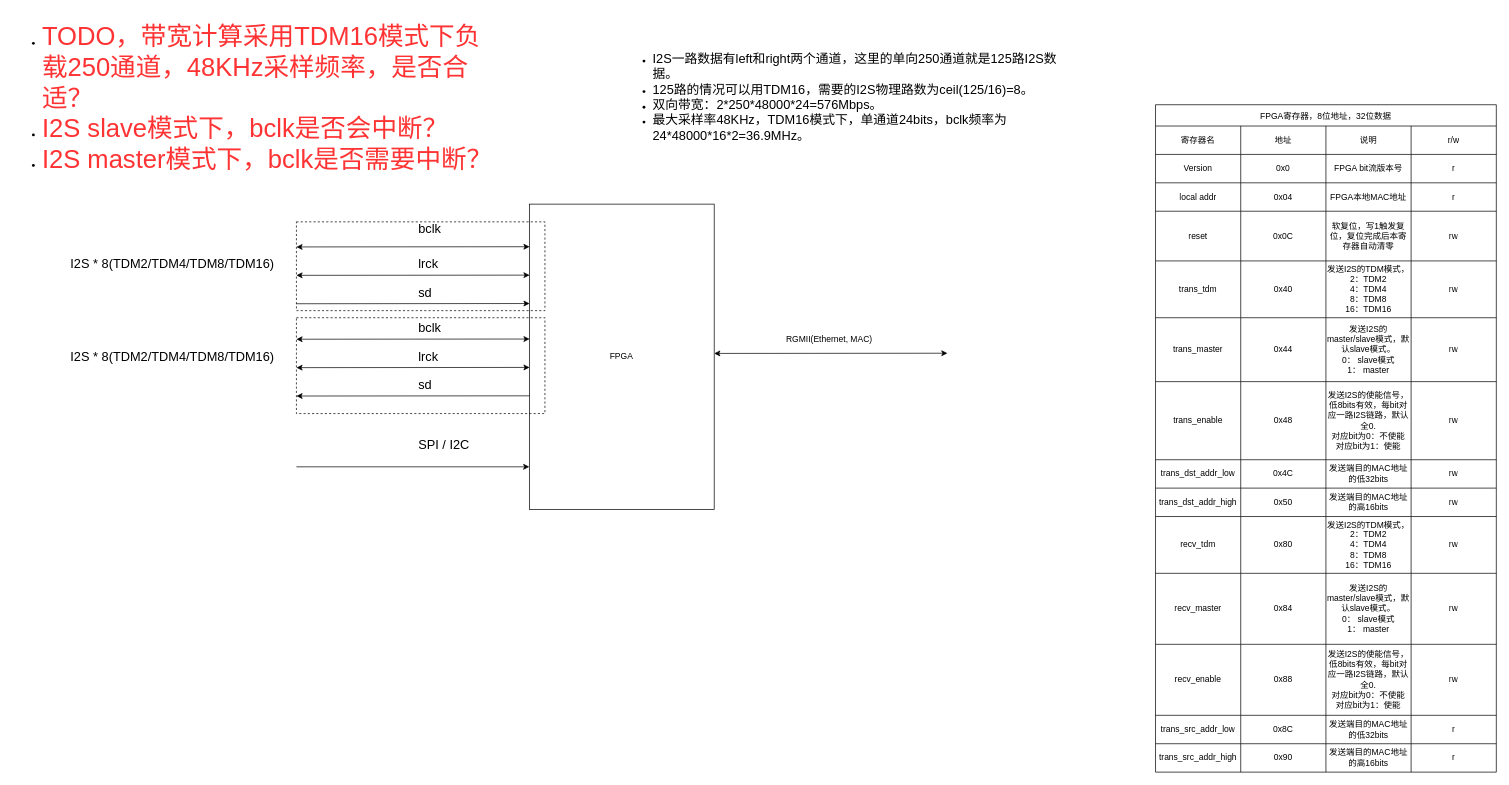
gdhzyz/draws keeps this draw.io diagram as page "FPGA方案" (2 of 4) of Audio-Ethernet.drawio. Above is the earlier version. Source tidied: cells renumbered, new cells numbered last; positions are measured from the earlier drawing's top-left corner, leaving out a move shared by most shapes. Both pictures are drawn from the tidied source at 71%, with x=0, y=0 at pixel (12, 40).
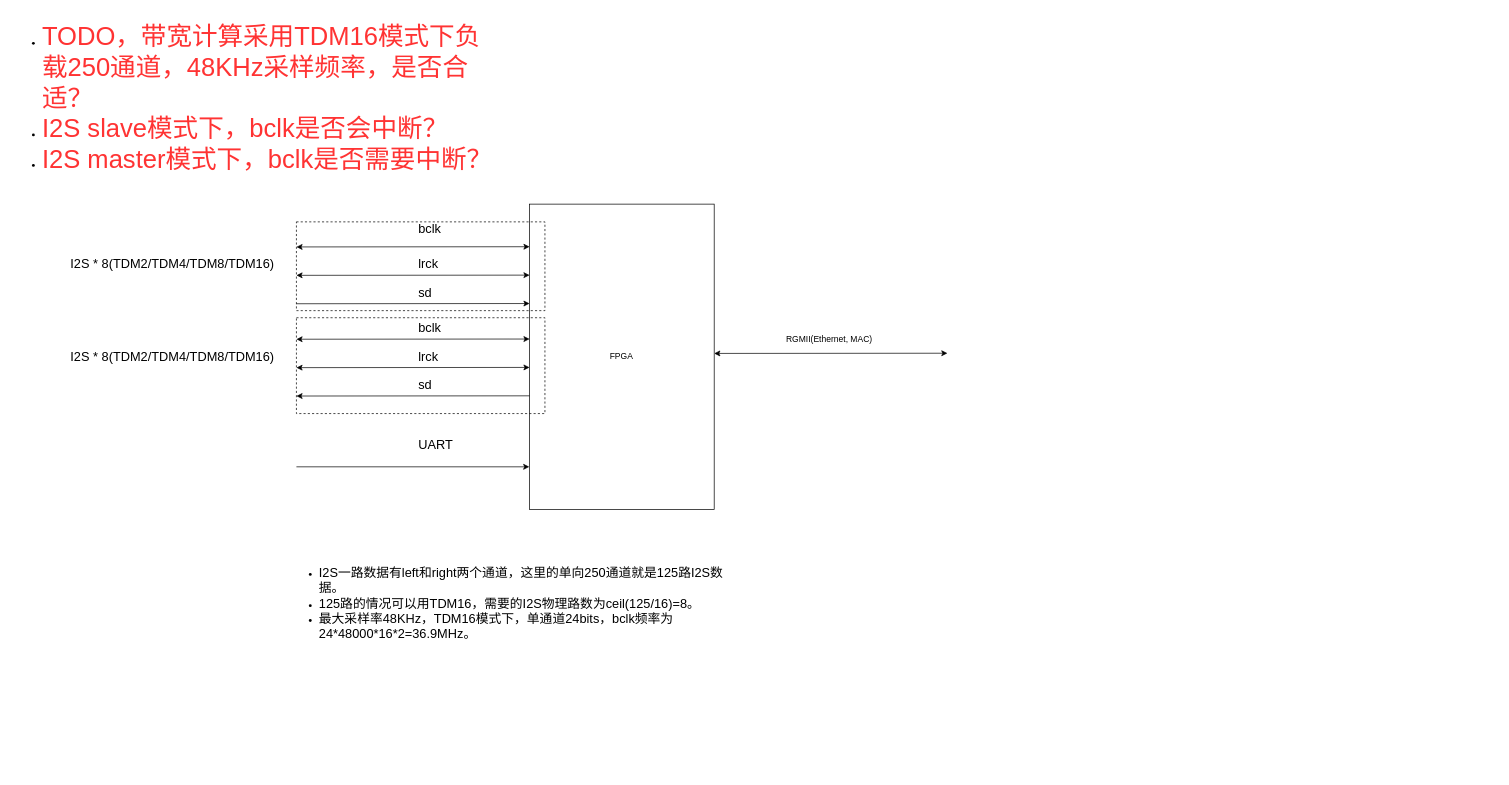
After the change.

Change to the diagram source:
```diff
@@
-    <mxCell id="3" value="&lt;ul&gt;&lt;li&gt;&lt;font style=&quot;font-size: 18px;&quot;&gt;I2S一路数据有left和right两个通道，这里的单向250通道就是125路I2S数据。&lt;/font&gt;&lt;/li&gt;&lt;li&gt;&lt;span style=&quot;font-size: 18px;&quot;&gt;125路的情况可以用TDM16，需要的I2S物理路数为ceil(125/16)=8。&lt;/span&gt;&lt;/li&gt;&lt;li&gt;&lt;span style=&quot;font-size: 18px;&quot;&gt;双向带宽：2*250*48000*24=576Mbps。&lt;/span&gt;&lt;/li&gt;&lt;li&gt;&lt;span style=&quot;font-size: 18px;&quot;&gt;最大采样率48KHz，TDM16模式下，单通道24bits，bclk频率为24*48000*16*2=36.9MHz。&lt;/span&gt;&lt;/li&gt;&lt;/ul&gt;" style="text;strokeColor=none;align=left;fillColor=none;html=1;verticalAlign=middle;whiteSpace=wrap;rounded=0;imageAspect=1;imageAlign=left;" parent="1" vertex="1">
-      <mxGeometry x="860" width="640" height="160" as="geometry" />
+    <mxCell id="3" value="&lt;ul&gt;&lt;li&gt;&lt;font style=&quot;font-size: 18px;&quot;&gt;I2S一路数据有left和right两个通道，这里的单向250通道就是125路I2S数据。&lt;/font&gt;&lt;/li&gt;&lt;li&gt;&lt;span style=&quot;font-size: 18px;&quot;&gt;125路的情况可以用TDM16，需要的I2S物理路数为ceil(125/16)=8。&lt;/span&gt;&lt;/li&gt;&lt;li&gt;&lt;span style=&quot;font-size: 18px;&quot;&gt;最大采样率48KHz，TDM16模式下，单通道24bits，bclk频率为24*48000*16*2=36.9MHz。&lt;/span&gt;&lt;/li&gt;&lt;/ul&gt;&lt;div&gt;&lt;br&gt;&lt;/div&gt;" style="text;strokeColor=none;align=left;fillColor=none;html=1;verticalAlign=middle;whiteSpace=wrap;rounded=0;imageAspect=1;imageAlign=left;" parent="1" vertex="1">
+      <mxGeometry x="390" y="720" width="640" height="160" as="geometry" />
     </mxCell>
@@
-    <mxCell id="10" value="&lt;span style=&quot;font-size: 18px; background-color: initial;&quot;&gt;SPI / I2C&lt;/span&gt;" style="text;strokeColor=none;align=left;fillColor=none;html=1;verticalAlign=middle;whiteSpace=wrap;rounded=0;imageAspect=1;imageAlign=left;" parent="1" vertex="1">
-      <mxGeometry x="570" y="550" width="111.6" height="40" as="geometry" />
+    <mxCell id="10" value="&lt;span style=&quot;font-size: 18px; background-color: initial;&quot;&gt;UART&lt;/span&gt;" style="text;strokeColor=none;align=left;fillColor=none;html=1;verticalAlign=middle;whiteSpace=wrap;rounded=0;imageAspect=1;imageAlign=left;" parent="1" vertex="1">
+      <mxGeometry x="570" y="550" width="60" height="40" as="geometry" />
     </mxCell>
@@
-    <mxCell id="25" value="FPGA寄存器，8位地址，32位数据" style="shape=table;startSize=30;childLayout=tableLayout;" parent="1" vertex="1">
-      <mxGeometry x="1610" y="90" width="480" height="940" as="geometry" />
-    </mxCell>
-    <mxCell id="26" style="shape=tableRow;horizontal=0;startSize=0;swimlaneHead=0;swimlaneBody=0;strokeColor=inherit;top=0;left=0;bottom=0;right=0;fillColor=none;" parent="25" vertex="1">
-      <mxGeometry y="30" width="480" height="40" as="geometry" />
-    </mxCell>
-    <mxCell id="27" value="寄存器名" style="shape=partialRectangle;html=1;whiteSpace=wrap;strokeColor=inherit;overflow=hidden;fillColor=none;top=0;left=0;bottom=0;right=0;" parent="26" vertex="1">
-      <mxGeometry width="120" height="40" as="geometry" />
-    </mxCell>
-    <mxCell id="28" value="地址" style="shape=partialRectangle;html=1;whiteSpace=wrap;strokeColor=inherit;overflow=hidden;fillColor=none;top=0;left=0;bottom=0;right=0;" parent="26" vertex="1">
-      <mxGeometry x="120" width="120" height="40" as="geometry" />
-    </mxCell>
-    <mxCell id="29" value="说明" style="shape=partialRectangle;html=1;whiteSpace=wrap;strokeColor=inherit;overflow=hidden;fillColor=none;top=0;left=0;bottom=0;right=0;" parent="26" vertex="1">
-      <mxGeometry x="240" width="120" height="40" as="geometry" />
-    </mxCell>
-    <mxCell id="30" value="r/w" style="shape=partialRectangle;html=1;whiteSpace=wrap;strokeColor=inherit;overflow=hidden;fillColor=none;top=0;left=0;bottom=0;right=0;" parent="26" vertex="1">
-      <mxGeometry x="360" width="120" height="40" as="geometry" />
-    </mxCell>
-    <mxCell id="31" style="shape=tableRow;horizontal=0;startSize=0;swimlaneHead=0;swimlaneBody=0;strokeColor=inherit;top=0;left=0;bottom=0;right=0;fillColor=none;" parent="25" vertex="1">
-      <mxGeometry y="70" width="480" height="40" as="geometry" />
-    </mxCell>
-    <mxCell id="32" value="Version" style="shape=partialRectangle;html=1;whiteSpace=wrap;strokeColor=inherit;overflow=hidden;fillColor=none;top=0;left=0;bottom=0;right=0;" parent="31" vertex="1">
-      <mxGeometry width="120" height="40" as="geometry" />
-    </mxCell>
-    <mxCell id="33" value="0x0" style="shape=partialRectangle;html=1;whiteSpace=wrap;strokeColor=inherit;overflow=hidden;fillColor=none;top=0;left=0;bottom=0;right=0;" parent="31" vertex="1">
-      <mxGeometry x="120" width="120" height="40" as="geometry" />
-    </mxCell>
-    <mxCell id="34" value="FPGA bit流版本号" style="shape=partialRectangle;html=1;whiteSpace=wrap;strokeColor=inherit;overflow=hidden;fillColor=none;top=0;left=0;bottom=0;right=0;" parent="31" vertex="1">
-      <mxGeometry x="240" width="120" height="40" as="geometry" />
-    </mxCell>
-    <mxCell id="35" value="r" style="shape=partialRectangle;html=1;whiteSpace=wrap;strokeColor=inherit;overflow=hidden;fillColor=none;top=0;left=0;bottom=0;right=0;" parent="31" vertex="1">
-      <mxGeometry x="360" width="120" height="40" as="geometry" />
-    </mxCell>
-    <mxCell id="36" style="shape=tableRow;horizontal=0;startSize=0;swimlaneHead=0;swimlaneBody=0;strokeColor=inherit;top=0;left=0;bottom=0;right=0;fillColor=none;" parent="25" vertex="1">
-      <mxGeometry y="110" width="480" height="40" as="geometry" />
-    </mxCell>
-    <mxCell id="37" value="local addr" style="shape=partialRectangle;html=1;whiteSpace=wrap;strokeColor=inherit;overflow=hidden;fillColor=none;top=0;left=0;bottom=0;right=0;" parent="36" vertex="1">
-      <mxGeometry width="120" height="40" as="geometry" />
-    </mxCell>
-    <mxCell id="38" value="0x04" style="shape=partialRectangle;html=1;whiteSpace=wrap;strokeColor=inherit;overflow=hidden;fillColor=none;top=0;left=0;bottom=0;right=0;" parent="36" vertex="1">
-      <mxGeometry x="120" width="120" height="40" as="geometry" />
-    </mxCell>
-    <mxCell id="39" value="FPGA本地MAC地址" style="shape=partialRectangle;html=1;whiteSpace=wrap;strokeColor=inherit;overflow=hidden;fillColor=none;top=0;left=0;bottom=0;right=0;" parent="36" vertex="1">
-      <mxGeometry x="240" width="120" height="40" as="geometry" />
-    </mxCell>
-    <mxCell id="40" value="r" style="shape=partialRectangle;html=1;whiteSpace=wrap;strokeColor=inherit;overflow=hidden;fillColor=none;top=0;left=0;bottom=0;right=0;" parent="36" vertex="1">
-      <mxGeometry x="360" width="120" height="40" as="geometry" />
-    </mxCell>
-    <mxCell id="41" style="shape=tableRow;horizontal=0;startSize=0;swimlaneHead=0;swimlaneBody=0;strokeColor=inherit;top=0;left=0;bottom=0;right=0;fillColor=none;" parent="25" vertex="1">
-      <mxGeometry y="150" width="480" height="70" as="geometry" />
-    </mxCell>
-    <mxCell id="42" value="reset" style="shape=partialRectangle;html=1;whiteSpace=wrap;strokeColor=inherit;overflow=hidden;fillColor=none;top=0;left=0;bottom=0;right=0;" parent="41" vertex="1">
-      <mxGeometry width="120" height="70" as="geometry" />
-    </mxCell>
-    <mxCell id="43" value="0x0C" style="shape=partialRectangle;html=1;whiteSpace=wrap;strokeColor=inherit;overflow=hidden;fillColor=none;top=0;left=0;bottom=0;right=0;" parent="41" vertex="1">
-      <mxGeometry x="120" width="120" height="70" as="geometry" />
-    </mxCell>
-    <mxCell id="44" value="软复位，写1触发复位，复位完成后本寄存器自动清零" style="shape=partialRectangle;html=1;whiteSpace=wrap;strokeColor=inherit;overflow=hidden;fillColor=none;top=0;left=0;bottom=0;right=0;" parent="41" vertex="1">
-      <mxGeometry x="240" width="120" height="70" as="geometry" />
-    </mxCell>
-    <mxCell id="45" value="rw" style="shape=partialRectangle;html=1;whiteSpace=wrap;strokeColor=inherit;overflow=hidden;fillColor=none;top=0;left=0;bottom=0;right=0;" parent="41" vertex="1">
-      <mxGeometry x="360" width="120" height="70" as="geometry" />
-    </mxCell>
-    <mxCell id="46" style="shape=tableRow;horizontal=0;startSize=0;swimlaneHead=0;swimlaneBody=0;strokeColor=inherit;top=0;left=0;bottom=0;right=0;fillColor=none;" parent="25" vertex="1">
-      <mxGeometry y="220" width="480" height="80" as="geometry" />
-    </mxCell>
-    <mxCell id="47" value="trans_tdm" style="shape=partialRectangle;html=1;whiteSpace=wrap;strokeColor=inherit;overflow=hidden;fillColor=none;top=0;left=0;bottom=0;right=0;" parent="46" vertex="1">
-      <mxGeometry width="120" height="80" as="geometry" />
-    </mxCell>
-    <mxCell id="48" value="0x40" style="shape=partialRectangle;html=1;whiteSpace=wrap;strokeColor=inherit;overflow=hidden;fillColor=none;top=0;left=0;bottom=0;right=0;" parent="46" vertex="1">
-      <mxGeometry x="120" width="120" height="80" as="geometry" />
-    </mxCell>
-    <mxCell id="49" value="发送I2S的TDM模式，2：TDM2&lt;div&gt;4：TDM4&lt;/div&gt;&lt;div&gt;8：TDM8&lt;/div&gt;&lt;div&gt;16：TDM16&lt;/div&gt;" style="shape=partialRectangle;html=1;whiteSpace=wrap;strokeColor=inherit;overflow=hidden;fillColor=none;top=0;left=0;bottom=0;right=0;" parent="46" vertex="1">
-      <mxGeometry x="240" width="120" height="80" as="geometry" />
-    </mxCell>
-    <mxCell id="50" value="rw" style="shape=partialRectangle;html=1;whiteSpace=wrap;strokeColor=inherit;overflow=hidden;fillColor=none;top=0;left=0;bottom=0;right=0;" parent="46" vertex="1">
-      <mxGeometry x="360" width="120" height="80" as="geometry" />
-    </mxCell>
-    <mxCell id="51" style="shape=tableRow;horizontal=0;startSize=0;swimlaneHead=0;swimlaneBody=0;strokeColor=inherit;top=0;left=0;bottom=0;right=0;fillColor=none;" parent="25" vertex="1">
-      <mxGeometry y="300" width="480" height="90" as="geometry" />
-    </mxCell>
-    <mxCell id="52" value="trans_master" style="shape=partialRectangle;html=1;whiteSpace=wrap;strokeColor=inherit;overflow=hidden;fillColor=none;top=0;left=0;bottom=0;right=0;" parent="51" vertex="1">
-      <mxGeometry width="120" height="90" as="geometry" />
-    </mxCell>
-    <mxCell id="53" value="0x44" style="shape=partialRectangle;html=1;whiteSpace=wrap;strokeColor=inherit;overflow=hidden;fillColor=none;top=0;left=0;bottom=0;right=0;" parent="51" vertex="1">
-      <mxGeometry x="120" width="120" height="90" as="geometry" />
-    </mxCell>
-    <mxCell id="54" value="发送I2S的master/slave模式，默认slave模式。&lt;div&gt;0： slave模式&lt;/div&gt;&lt;div&gt;1： master&lt;/div&gt;" style="shape=partialRectangle;html=1;whiteSpace=wrap;strokeColor=inherit;overflow=hidden;fillColor=none;top=0;left=0;bottom=0;right=0;" parent="51" vertex="1">
-      <mxGeometry x="240" width="120" height="90" as="geometry" />
-    </mxCell>
-    <mxCell id="55" value="rw" style="shape=partialRectangle;html=1;whiteSpace=wrap;strokeColor=inherit;overflow=hidden;fillColor=none;top=0;left=0;bottom=0;right=0;" parent="51" vertex="1">
-      <mxGeometry x="360" width="120" height="90" as="geometry" />
-    </mxCell>
-    <mxCell id="56" style="shape=tableRow;horizontal=0;startSize=0;swimlaneHead=0;swimlaneBody=0;strokeColor=inherit;top=0;left=0;bottom=0;right=0;fillColor=none;" parent="25" vertex="1">
-      <mxGeometry y="390" width="480" height="110" as="geometry" />
-    </mxCell>
-    <mxCell id="57" value="trans_enable" style="shape=partialRectangle;html=1;whiteSpace=wrap;strokeColor=inherit;overflow=hidden;fillColor=none;top=0;left=0;bottom=0;right=0;" parent="56" vertex="1">
-      <mxGeometry width="120" height="110" as="geometry" />
-    </mxCell>
-    <mxCell id="58" value="0x48" style="shape=partialRectangle;html=1;whiteSpace=wrap;strokeColor=inherit;overflow=hidden;fillColor=none;top=0;left=0;bottom=0;right=0;" parent="56" vertex="1">
-      <mxGeometry x="120" width="120" height="110" as="geometry" />
-    </mxCell>
-    <mxCell id="59" value="发送I2S的使能信号，低8bits有效，每bit对应一路I2S链路，默认全0.&lt;div&gt;对应bit为0：不使能&lt;/div&gt;&lt;div&gt;对应bit为1：使能&lt;/div&gt;" style="shape=partialRectangle;html=1;whiteSpace=wrap;strokeColor=inherit;overflow=hidden;fillColor=none;top=0;left=0;bottom=0;right=0;" parent="56" vertex="1">
-      <mxGeometry x="240" width="120" height="110" as="geometry" />
-    </mxCell>
-    <mxCell id="60" value="rw" style="shape=partialRectangle;html=1;whiteSpace=wrap;strokeColor=inherit;overflow=hidden;fillColor=none;top=0;left=0;bottom=0;right=0;" parent="56" vertex="1">
-      <mxGeometry x="360" width="120" height="110" as="geometry" />
-    </mxCell>
-    <mxCell id="61" style="shape=tableRow;horizontal=0;startSize=0;swimlaneHead=0;swimlaneBody=0;strokeColor=inherit;top=0;left=0;bottom=0;right=0;fillColor=none;" parent="25" vertex="1">
-      <mxGeometry y="500" width="480" height="40" as="geometry" />
-    </mxCell>
-    <mxCell id="62" value="trans_dst_addr_low" style="shape=partialRectangle;html=1;whiteSpace=wrap;strokeColor=inherit;overflow=hidden;fillColor=none;top=0;left=0;bottom=0;right=0;" parent="61" vertex="1">
-      <mxGeometry width="120" height="40" as="geometry" />
-    </mxCell>
-    <mxCell id="63" value="0x4C" style="shape=partialRectangle;html=1;whiteSpace=wrap;strokeColor=inherit;overflow=hidden;fillColor=none;top=0;left=0;bottom=0;right=0;" parent="61" vertex="1">
-      <mxGeometry x="120" width="120" height="40" as="geometry" />
-    </mxCell>
-    <mxCell id="64" value="发送端目的MAC地址的低32bits" style="shape=partialRectangle;html=1;whiteSpace=wrap;strokeColor=inherit;overflow=hidden;fillColor=none;top=0;left=0;bottom=0;right=0;" parent="61" vertex="1">
-      <mxGeometry x="240" width="120" height="40" as="geometry" />
-    </mxCell>
-    <mxCell id="65" value="rw" style="shape=partialRectangle;html=1;whiteSpace=wrap;strokeColor=inherit;overflow=hidden;fillColor=none;top=0;left=0;bottom=0;right=0;" parent="61" vertex="1">
-      <mxGeometry x="360" width="120" height="40" as="geometry" />
-    </mxCell>
-    <mxCell id="66" style="shape=tableRow;horizontal=0;startSize=0;swimlaneHead=0;swimlaneBody=0;strokeColor=inherit;top=0;left=0;bottom=0;right=0;fillColor=none;" parent="25" vertex="1">
-      <mxGeometry y="540" width="480" height="40" as="geometry" />
-    </mxCell>
-    <mxCell id="67" value="trans_dst_addr_high" style="shape=partialRectangle;html=1;whiteSpace=wrap;strokeColor=inherit;overflow=hidden;fillColor=none;top=0;left=0;bottom=0;right=0;" parent="66" vertex="1">
-      <mxGeometry width="120" height="40" as="geometry" />
-    </mxCell>
-    <mxCell id="68" value="0x50" style="shape=partialRectangle;html=1;whiteSpace=wrap;strokeColor=inherit;overflow=hidden;fillColor=none;top=0;left=0;bottom=0;right=0;" parent="66" vertex="1">
-      <mxGeometry x="120" width="120" height="40" as="geometry" />
-    </mxCell>
-    <mxCell id="69" value="发送端目的MAC地址的高16bits" style="shape=partialRectangle;html=1;whiteSpace=wrap;strokeColor=inherit;overflow=hidden;fillColor=none;top=0;left=0;bottom=0;right=0;" parent="66" vertex="1">
-      <mxGeometry x="240" width="120" height="40" as="geometry" />
-    </mxCell>
-    <mxCell id="70" value="rw" style="shape=partialRectangle;html=1;whiteSpace=wrap;strokeColor=inherit;overflow=hidden;fillColor=none;top=0;left=0;bottom=0;right=0;" parent="66" vertex="1">
-      <mxGeometry x="360" width="120" height="40" as="geometry" />
-    </mxCell>
-    <mxCell id="71" style="shape=tableRow;horizontal=0;startSize=0;swimlaneHead=0;swimlaneBody=0;strokeColor=inherit;top=0;left=0;bottom=0;right=0;fillColor=none;" parent="25" vertex="1">
-      <mxGeometry y="580" width="480" height="80" as="geometry" />
-    </mxCell>
-    <mxCell id="72" value="recv_tdm" style="shape=partialRectangle;html=1;whiteSpace=wrap;strokeColor=inherit;overflow=hidden;fillColor=none;top=0;left=0;bottom=0;right=0;" parent="71" vertex="1">
-      <mxGeometry width="120" height="80" as="geometry" />
-    </mxCell>
-    <mxCell id="73" value="0x80" style="shape=partialRectangle;html=1;whiteSpace=wrap;strokeColor=inherit;overflow=hidden;fillColor=none;top=0;left=0;bottom=0;right=0;" parent="71" vertex="1">
-      <mxGeometry x="120" width="120" height="80" as="geometry" />
-    </mxCell>
-    <mxCell id="74" value="发送I2S的TDM模式，2：TDM2&lt;div&gt;4：TDM4&lt;/div&gt;&lt;div&gt;8：TDM8&lt;/div&gt;&lt;div&gt;16：TDM16&lt;/div&gt;" style="shape=partialRectangle;html=1;whiteSpace=wrap;strokeColor=inherit;overflow=hidden;fillColor=none;top=0;left=0;bottom=0;right=0;" parent="71" vertex="1">
-      <mxGeometry x="240" width="120" height="80" as="geometry" />
-    </mxCell>
-    <mxCell id="75" value="rw" style="shape=partialRectangle;html=1;whiteSpace=wrap;strokeColor=inherit;overflow=hidden;fillColor=none;top=0;left=0;bottom=0;right=0;" parent="71" vertex="1">
-      <mxGeometry x="360" width="120" height="80" as="geometry" />
-    </mxCell>
-    <mxCell id="76" style="shape=tableRow;horizontal=0;startSize=0;swimlaneHead=0;swimlaneBody=0;strokeColor=inherit;top=0;left=0;bottom=0;right=0;fillColor=none;" parent="25" vertex="1">
-      <mxGeometry y="660" width="480" height="100" as="geometry" />
-    </mxCell>
-    <mxCell id="77" value="recv_master" style="shape=partialRectangle;html=1;whiteSpace=wrap;strokeColor=inherit;overflow=hidden;fillColor=none;top=0;left=0;bottom=0;right=0;" parent="76" vertex="1">
-      <mxGeometry width="120" height="100" as="geometry" />
-    </mxCell>
-    <mxCell id="78" value="0x84" style="shape=partialRectangle;html=1;whiteSpace=wrap;strokeColor=inherit;overflow=hidden;fillColor=none;top=0;left=0;bottom=0;right=0;" parent="76" vertex="1">
-      <mxGeometry x="120" width="120" height="100" as="geometry" />
-    </mxCell>
-    <mxCell id="79" value="发送I2S的master/slave模式，默认slave模式。&lt;div&gt;0： slave模式&lt;/div&gt;&lt;div&gt;1： master&lt;/div&gt;" style="shape=partialRectangle;html=1;whiteSpace=wrap;strokeColor=inherit;overflow=hidden;fillColor=none;top=0;left=0;bottom=0;right=0;" parent="76" vertex="1">
-      <mxGeometry x="240" width="120" height="100" as="geometry" />
-    </mxCell>
-    <mxCell id="80" value="rw" style="shape=partialRectangle;html=1;whiteSpace=wrap;strokeColor=inherit;overflow=hidden;fillColor=none;top=0;left=0;bottom=0;right=0;" parent="76" vertex="1">
-      <mxGeometry x="360" width="120" height="100" as="geometry" />
-    </mxCell>
-    <mxCell id="81" style="shape=tableRow;horizontal=0;startSize=0;swimlaneHead=0;swimlaneBody=0;strokeColor=inherit;top=0;left=0;bottom=0;right=0;fillColor=none;" parent="25" vertex="1">
-      <mxGeometry y="760" width="480" height="100" as="geometry" />
-    </mxCell>
-    <mxCell id="82" value="recv_enable" style="shape=partialRectangle;html=1;whiteSpace=wrap;strokeColor=inherit;overflow=hidden;fillColor=none;top=0;left=0;bottom=0;right=0;" parent="81" vertex="1">
-      <mxGeometry width="120" height="100" as="geometry" />
-    </mxCell>
-    <mxCell id="83" value="0x88" style="shape=partialRectangle;html=1;whiteSpace=wrap;strokeColor=inherit;overflow=hidden;fillColor=none;top=0;left=0;bottom=0;right=0;" parent="81" vertex="1">
-      <mxGeometry x="120" width="120" height="100" as="geometry" />
-    </mxCell>
-    <mxCell id="84" value="发送I2S的使能信号，低8bits有效，每bit对应一路I2S链路，默认全0.&lt;div&gt;对应bit为0：不使能&lt;/div&gt;&lt;div&gt;对应bit为1：使能&lt;/div&gt;" style="shape=partialRectangle;html=1;whiteSpace=wrap;strokeColor=inherit;overflow=hidden;fillColor=none;top=0;left=0;bottom=0;right=0;" parent="81" vertex="1">
-      <mxGeometry x="240" width="120" height="100" as="geometry" />
-    </mxCell>
-    <mxCell id="85" value="rw" style="shape=partialRectangle;html=1;whiteSpace=wrap;strokeColor=inherit;overflow=hidden;fillColor=none;top=0;left=0;bottom=0;right=0;" parent="81" vertex="1">
-      <mxGeometry x="360" width="120" height="100" as="geometry" />
-    </mxCell>
-    <mxCell id="86" style="shape=tableRow;horizontal=0;startSize=0;swimlaneHead=0;swimlaneBody=0;strokeColor=inherit;top=0;left=0;bottom=0;right=0;fillColor=none;" parent="25" vertex="1">
-      <mxGeometry y="860" width="480" height="40" as="geometry" />
-    </mxCell>
-    <mxCell id="87" value="trans_src_addr_low" style="shape=partialRectangle;html=1;whiteSpace=wrap;strokeColor=inherit;overflow=hidden;fillColor=none;top=0;left=0;bottom=0;right=0;" parent="86" vertex="1">
-      <mxGeometry width="120" height="40" as="geometry" />
-    </mxCell>
-    <mxCell id="88" value="0x8C" style="shape=partialRectangle;html=1;whiteSpace=wrap;strokeColor=inherit;overflow=hidden;fillColor=none;top=0;left=0;bottom=0;right=0;" parent="86" vertex="1">
-      <mxGeometry x="120" width="120" height="40" as="geometry" />
-    </mxCell>
-    <mxCell id="89" value="发送端目的MAC地址的低32bits" style="shape=partialRectangle;html=1;whiteSpace=wrap;strokeColor=inherit;overflow=hidden;fillColor=none;top=0;left=0;bottom=0;right=0;" parent="86" vertex="1">
-      <mxGeometry x="240" width="120" height="40" as="geometry" />
-    </mxCell>
-    <mxCell id="90" value="r" style="shape=partialRectangle;html=1;whiteSpace=wrap;strokeColor=inherit;overflow=hidden;fillColor=none;top=0;left=0;bottom=0;right=0;" parent="86" vertex="1">
-      <mxGeometry x="360" width="120" height="40" as="geometry" />
-    </mxCell>
-    <mxCell id="91" style="shape=tableRow;horizontal=0;startSize=0;swimlaneHead=0;swimlaneBody=0;strokeColor=inherit;top=0;left=0;bottom=0;right=0;fillColor=none;" parent="25" vertex="1">
-      <mxGeometry y="900" width="480" height="40" as="geometry" />
-    </mxCell>
-    <mxCell id="92" value="trans_src_addr_high" style="shape=partialRectangle;html=1;whiteSpace=wrap;strokeColor=inherit;overflow=hidden;fillColor=none;top=0;left=0;bottom=0;right=0;" parent="91" vertex="1">
-      <mxGeometry width="120" height="40" as="geometry" />
-    </mxCell>
-    <mxCell id="93" value="0x90" style="shape=partialRectangle;html=1;whiteSpace=wrap;strokeColor=inherit;overflow=hidden;fillColor=none;top=0;left=0;bottom=0;right=0;" parent="91" vertex="1">
-      <mxGeometry x="120" width="120" height="40" as="geometry" />
-    </mxCell>
-    <mxCell id="94" value="发送端目的MAC地址的高16bits" style="shape=partialRectangle;html=1;whiteSpace=wrap;strokeColor=inherit;overflow=hidden;fillColor=none;top=0;left=0;bottom=0;right=0;" parent="91" vertex="1">
-      <mxGeometry x="240" width="120" height="40" as="geometry" />
-    </mxCell>
-    <mxCell id="95" value="r" style="shape=partialRectangle;html=1;whiteSpace=wrap;strokeColor=inherit;overflow=hidden;fillColor=none;top=0;left=0;bottom=0;right=0;" parent="91" vertex="1">
-      <mxGeometry x="360" width="120" height="40" as="geometry" />
-    </mxCell>
```
